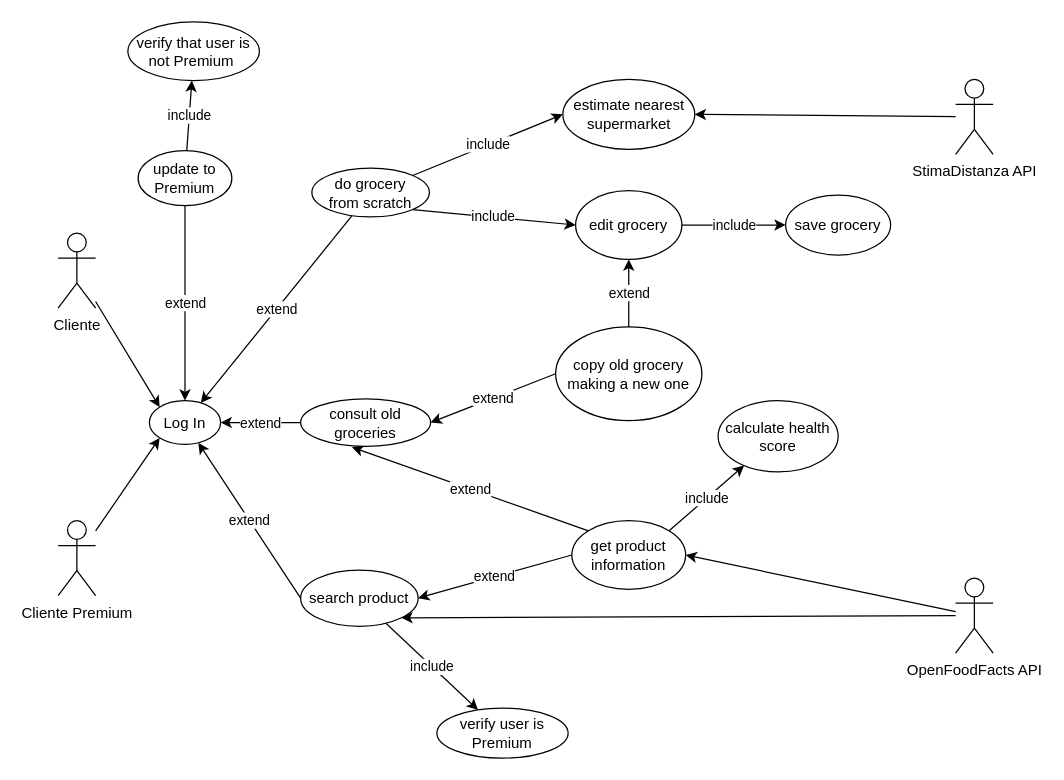
Earlier version of the draw.io diagram others/Use Cases/Use_Case_Diagram.drawio (FredHats99/HealthyCart). Source tidied: cells renumbered, new cells numbered last; positions are measured from the earlier drawing's top-left corner, leaving out a move shared by most shapes. Both pictures are drawn from the tidied source at 125%, with x=0, y=0 at pixel (58, 21).
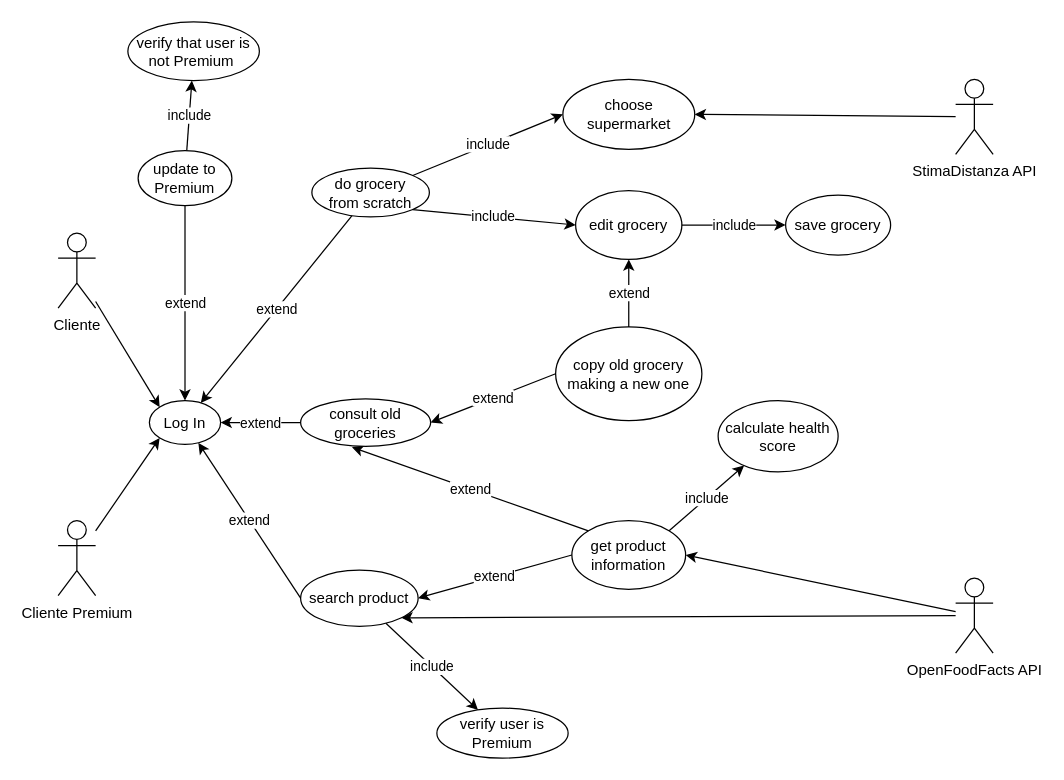
Above is the later version.

Commit message (it also covers changes not shown here):
uc diagram yeye

What changed in the source:
```diff
@@
-    <mxCell id="3" value="estimate nearest supermarket" style="ellipse;whiteSpace=wrap;html=1;" parent="1" vertex="1">
+    <mxCell id="3" value="choose supermarket" style="ellipse;whiteSpace=wrap;html=1;" parent="1" vertex="1">
       <mxGeometry x="403.8" y="46" width="105.5" height="56" as="geometry" />
     </mxCell>
```
